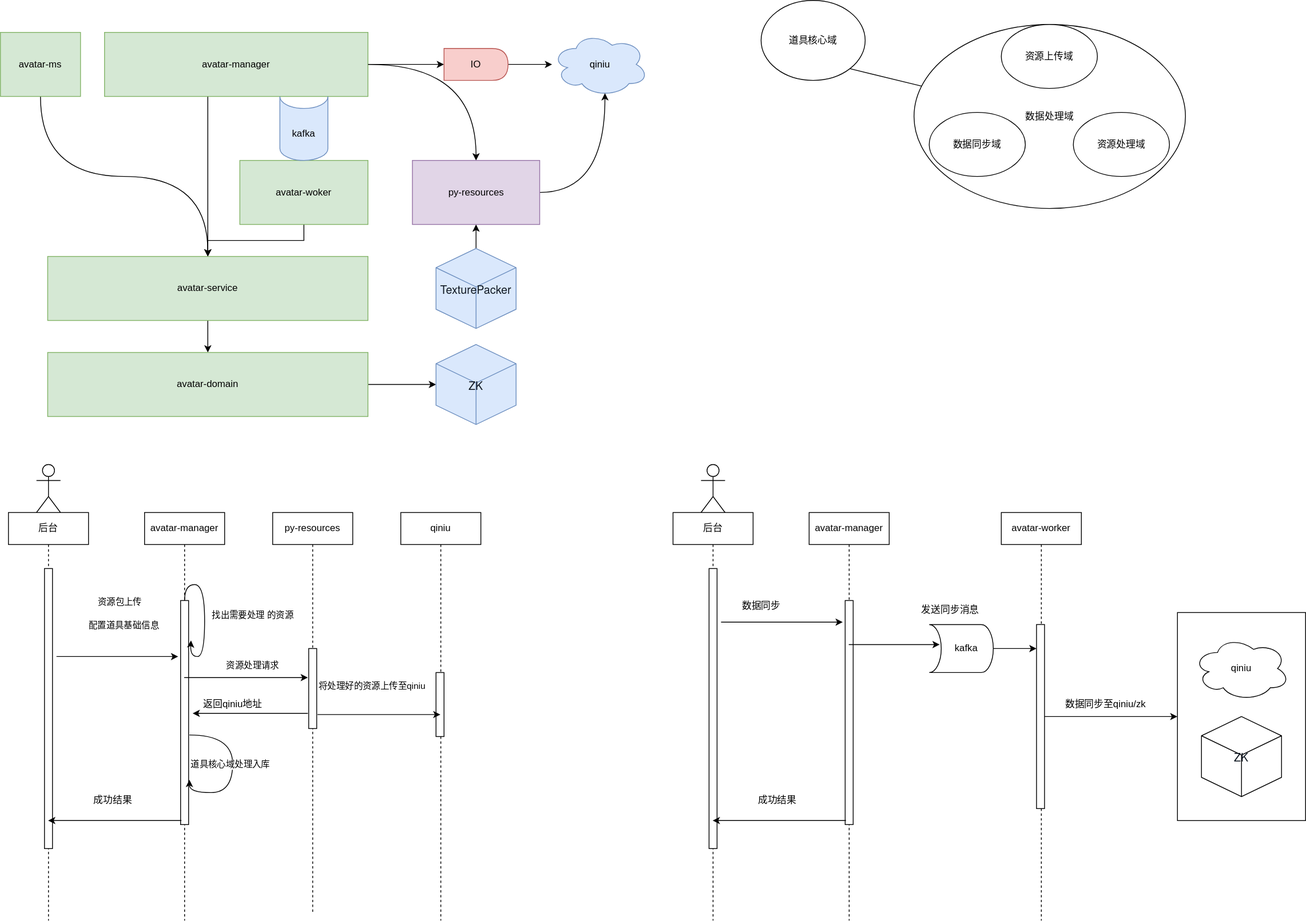
Above: avatar_conf_tool.drawio.svg in fsdmp/diagrams (draw.io), before the change. Source tidied: cells renumbered, new cells last; positions are measured from the earlier drawing's top-left corner, leaving out a move shared by most shapes.
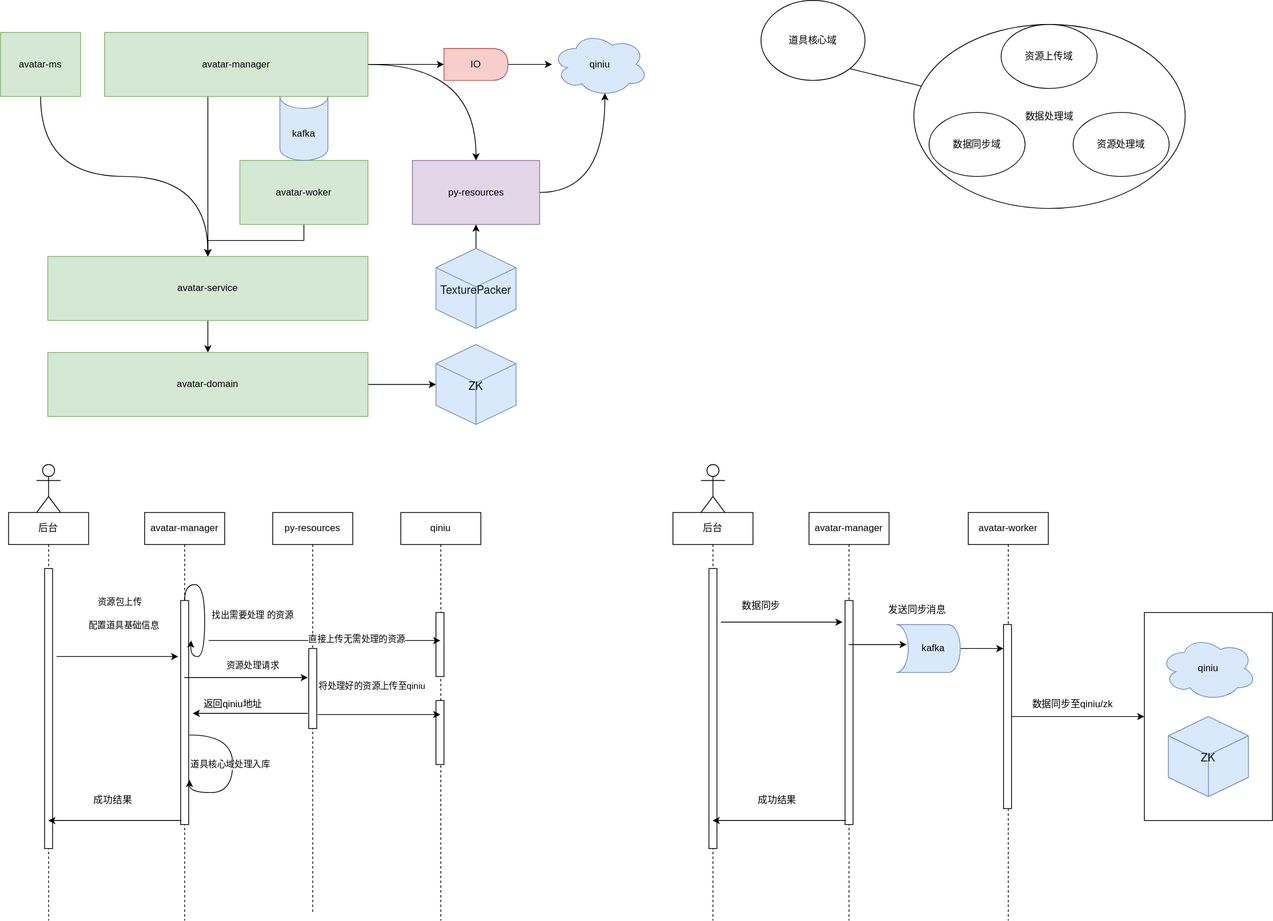
Later version of the same file.

The edit, as a diff of the source:
```diff
@@ -161,8 +161,11 @@
       <mxGeometry x="500" y="640" width="100" height="510" as="geometry" />
     </mxCell>
     <mxCell id="46" style="html=1;perimeter=orthogonalPerimeter;verticalAlign=middle;" parent="45" vertex="1">
-      <mxGeometry x="44" y="200" width="10" height="80" as="geometry" />
+      <mxGeometry x="44" y="235" width="10" height="80" as="geometry" />
     </mxCell>
+    <mxCell id="73" style="html=1;perimeter=orthogonalPerimeter;verticalAlign=middle;" parent="45" vertex="1">
+      <mxGeometry x="44" y="125" width="10" height="80" as="geometry" />
+    </mxCell>
     <mxCell id="47" style="endArrow=classic;html=1;rounded=0;strokeWidth=1;curved=1;elbow=vertical;exitX=1.1;exitY=0.825;exitDx=0;exitDy=0;exitPerimeter=0;" parent="1" edge="1" source="42" target="45">
       <mxGeometry relative="1" as="geometry" />
     </mxCell>
@@ -218,40 +221,48 @@
     <mxCell id="62" style="edgeStyle=orthogonalEdgeStyle;curved=1;rounded=0;jettySize=auto;html=1;strokeWidth=1;elbow=vertical;" parent="1" edge="1" source="63" target="67">
       <mxGeometry relative="1" as="geometry">
         <Array as="points">
-          <mxPoint x="1290" y="810" />
-          <mxPoint x="1290" y="810" />
+          <mxPoint x="1249" y="810" />
+          <mxPoint x="1249" y="810" />
         </Array>
       </mxGeometry>
     </mxCell>
-    <mxCell id="63" value="kafka" style="shape=cylinder3;whiteSpace=wrap;html=1;boundedLbl=1;backgroundOutline=1;size=15;lid=0;direction=north;" parent="1" vertex="1">
-      <mxGeometry x="1160" y="780" width="80" height="60" as="geometry" />
+    <mxCell id="63" value="kafka" style="shape=cylinder3;whiteSpace=wrap;html=1;boundedLbl=1;backgroundOutline=1;size=15;lid=0;direction=north;fillColor=#dae8fc;strokeColor=#6c8ebf;" parent="1" vertex="1">
+      <mxGeometry x="1119" y="780" width="80" height="60" as="geometry" />
     </mxCell>
     <mxCell id="64" style="endArrow=classic;html=1;rounded=0;strokeWidth=1;curved=1;elbow=vertical;entryX=0.583;entryY=0.163;entryDx=0;entryDy=0;entryPerimeter=0;" parent="1" edge="1" source="55" target="63">
       <mxGeometry relative="1" as="geometry" />
     </mxCell>
     <mxCell id="65" value="发送同步消息" style="text;html=1;align=center;verticalAlign=middle;strokeColor=none;fillColor=none;" parent="1" vertex="1">
-      <mxGeometry x="1141" y="752" width="90" height="20" as="geometry" />
+      <mxGeometry x="1100" y="752" width="90" height="20" as="geometry" />
     </mxCell>
     <mxCell id="66" value="avatar-worker" style="shape=umlLifeline;perimeter=lifelinePerimeter;whiteSpace=wrap;html=1;verticalAlign=middle;" parent="1" vertex="1">
-      <mxGeometry x="1250" y="640" width="100" height="510" as="geometry" />
+      <mxGeometry x="1209" y="640" width="100" height="510" as="geometry" />
     </mxCell>
     <mxCell id="67" style="html=1;points=[];perimeter=orthogonalPerimeter;verticalAlign=middle;" parent="66" vertex="1">
       <mxGeometry x="44" y="140" width="10" height="230" as="geometry" />
     </mxCell>
     <mxCell id="68" style="rounded=0;whiteSpace=wrap;html=1;verticalAlign=middle;" parent="1" vertex="1">
-      <mxGeometry x="1470" y="765" width="160" height="260" as="geometry" />
+      <mxGeometry x="1429" y="765" width="160" height="260" as="geometry" />
     </mxCell>
-    <mxCell id="69" value="&lt;p class=&quot;p1&quot; style=&quot;margin: 0px ; font-stretch: normal ; font-size: 14px ; line-height: normal ; font-family: &amp;#34;helvetica neue&amp;#34; ; color: rgb(15 , 23 , 33)&quot;&gt;ZK&lt;/p&gt;" style="whiteSpace=wrap;html=1;shape=mxgraph.basic.isocube;isoAngle=15;" parent="1" vertex="1">
-      <mxGeometry x="1500" y="895" width="100" height="100" as="geometry" />
+    <mxCell id="69" value="&lt;p class=&quot;p1&quot; style=&quot;margin: 0px ; font-stretch: normal ; font-size: 14px ; line-height: normal ; font-family: &amp;#34;helvetica neue&amp;#34; ; color: rgb(15 , 23 , 33)&quot;&gt;ZK&lt;/p&gt;" style="whiteSpace=wrap;html=1;shape=mxgraph.basic.isocube;isoAngle=15;fillColor=#dae8fc;strokeColor=#6c8ebf;" parent="1" vertex="1">
+      <mxGeometry x="1459" y="895" width="100" height="100" as="geometry" />
     </mxCell>
-    <mxCell id="70" value="qiniu" style="ellipse;shape=cloud;whiteSpace=wrap;html=1;" parent="1" vertex="1">
-      <mxGeometry x="1490" y="795" width="120" height="80" as="geometry" />
+    <mxCell id="70" value="qiniu" style="ellipse;shape=cloud;whiteSpace=wrap;html=1;fillColor=#dae8fc;strokeColor=#6c8ebf;" parent="1" vertex="1">
+      <mxGeometry x="1449" y="795" width="120" height="80" as="geometry" />
     </mxCell>
     <mxCell id="71" style="edgeStyle=orthogonalEdgeStyle;curved=1;rounded=0;jettySize=auto;html=1;strokeWidth=1;elbow=vertical;entryX=0;entryY=0.5;entryDx=0;entryDy=0;" parent="1" edge="1" source="67" target="68">
       <mxGeometry relative="1" as="geometry" />
     </mxCell>
     <mxCell id="72" value="数据同步至qiniu/zk" style="text;html=1;align=center;verticalAlign=middle;strokeColor=none;fillColor=none;" parent="1" vertex="1">
-      <mxGeometry x="1320" y="870" width="120" height="20" as="geometry" />
+      <mxGeometry x="1279" y="870" width="120" height="20" as="geometry" />
     </mxCell>
+    <mxCell id="74" style="endArrow=classic;html=1;rounded=0;strokeWidth=1;curved=1;elbow=vertical;" parent="1" edge="1" target="45">
+      <mxGeometry relative="1" as="geometry">
+        <mxPoint x="260" y="800" as="sourcePoint" />
+      </mxGeometry>
+    </mxCell>
+    <mxCell id="75" value="直接上传无需处理的资源" style="edgeLabel;html=1;align=center;verticalAlign=middle;" parent="74" vertex="1">
+      <mxGeometry x="0.27" y="3" relative="1" as="geometry" />
+    </mxCell>
   </root>
 </mxGraphModel>
```
